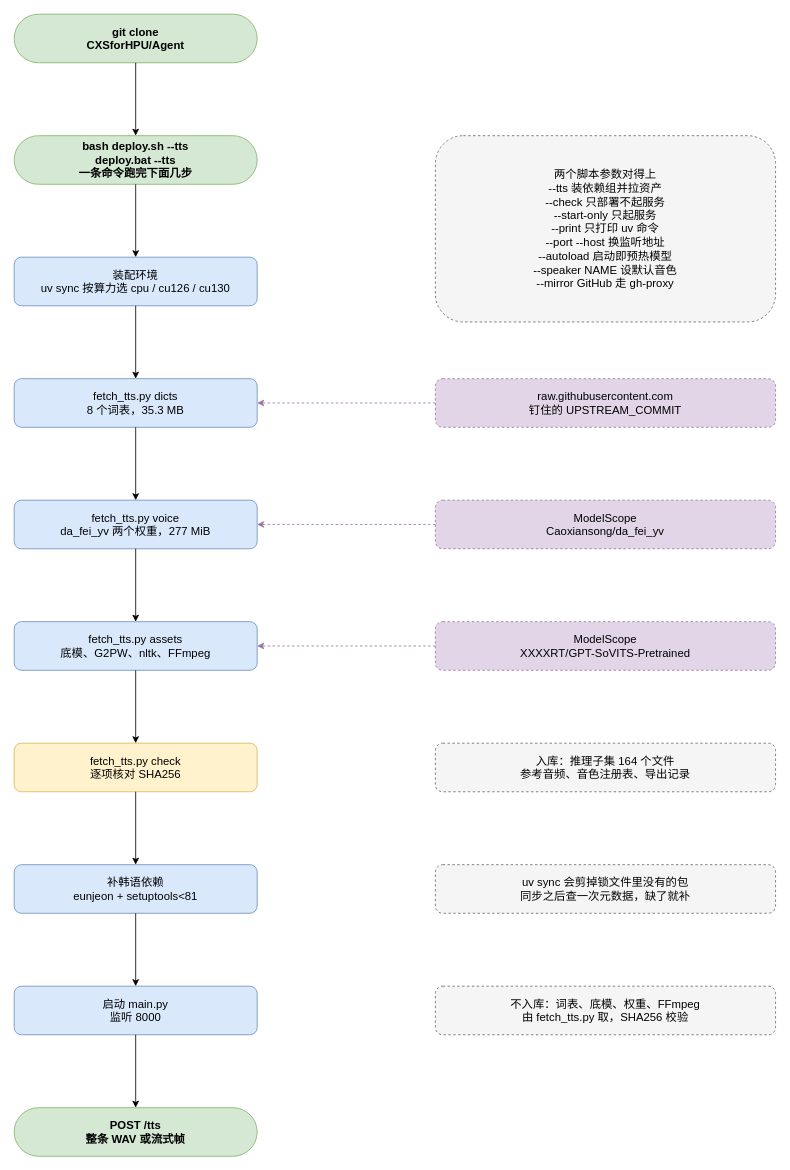
This is diagrams/tts-deploy-flow.drawio from CXSforHPU/Agent, a draw.io file, before an edit. Source tidied: cells renumbered, new cells numbered last; positions are measured from the earlier drawing's top-left corner, leaving out a move shared by most shapes. Both pictures are drawn from the tidied source at 81%, with x=0, y=0 at pixel (14, 14).
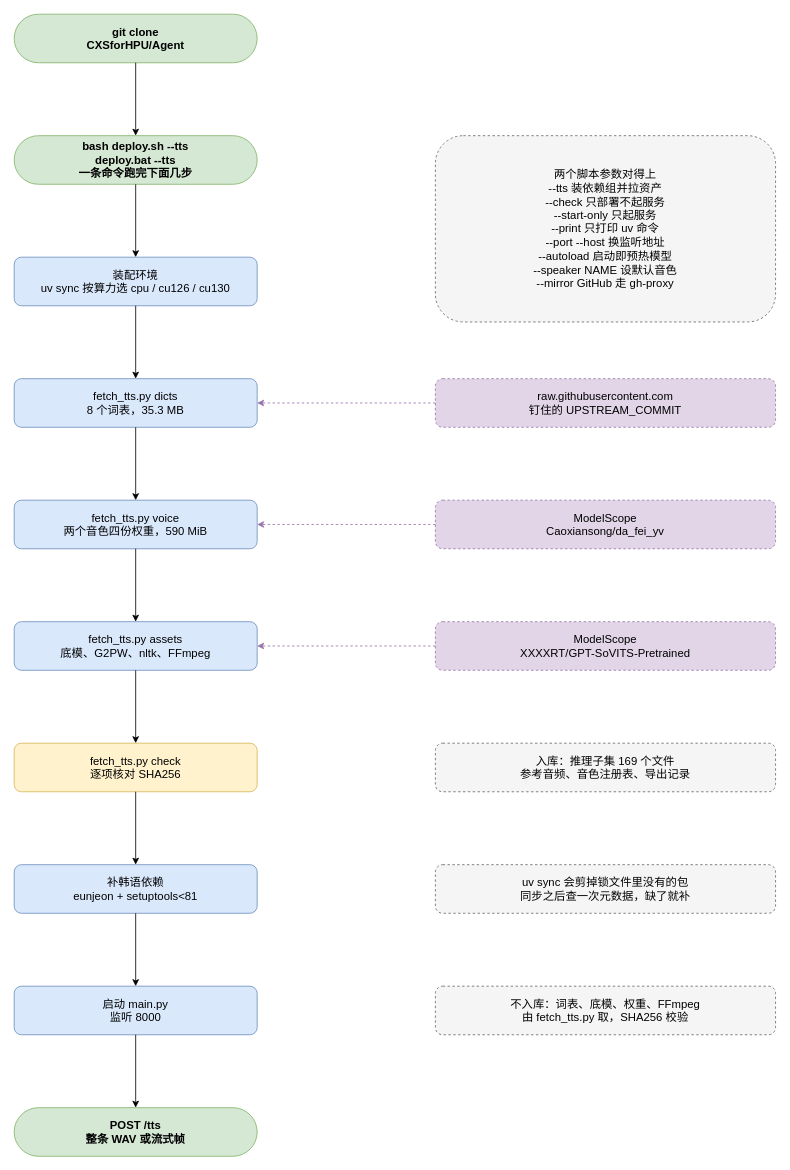
The same page after the edit.

Diff of the diagram source:
```diff
@@
-    <mxCell id="6" value="fetch_tts.py voice&#10;da_fei_yv 两个权重，277 MiB" style="rounded=1;whiteSpace=wrap;html=1;fillColor=#dae8fc;strokeColor=#6c8ebf;fontSize=14;" parent="1" vertex="1">
+    <mxCell id="6" value="fetch_tts.py voice&#10;两个音色四份权重，590 MiB" style="rounded=1;whiteSpace=wrap;html=1;fillColor=#dae8fc;strokeColor=#6c8ebf;fontSize=14;" parent="1" vertex="1">
       <mxGeometry y="600" width="300" height="60" as="geometry" />
     </mxCell>
@@
-    <mxCell id="16" value="入库：推理子集 164 个文件&#10;参考音频、音色注册表、导出记录" style="rounded=1;whiteSpace=wrap;html=1;fillColor=#f5f5f5;strokeColor=#666666;fontSize=14;dashed=1;" parent="1" vertex="1">
+    <mxCell id="16" value="入库：推理子集 169 个文件&#10;参考音频、音色注册表、导出记录" style="rounded=1;whiteSpace=wrap;html=1;fillColor=#f5f5f5;strokeColor=#666666;fontSize=14;dashed=1;" parent="1" vertex="1">
       <mxGeometry x="520" y="900" width="420" height="60" as="geometry" />
     </mxCell>
```
